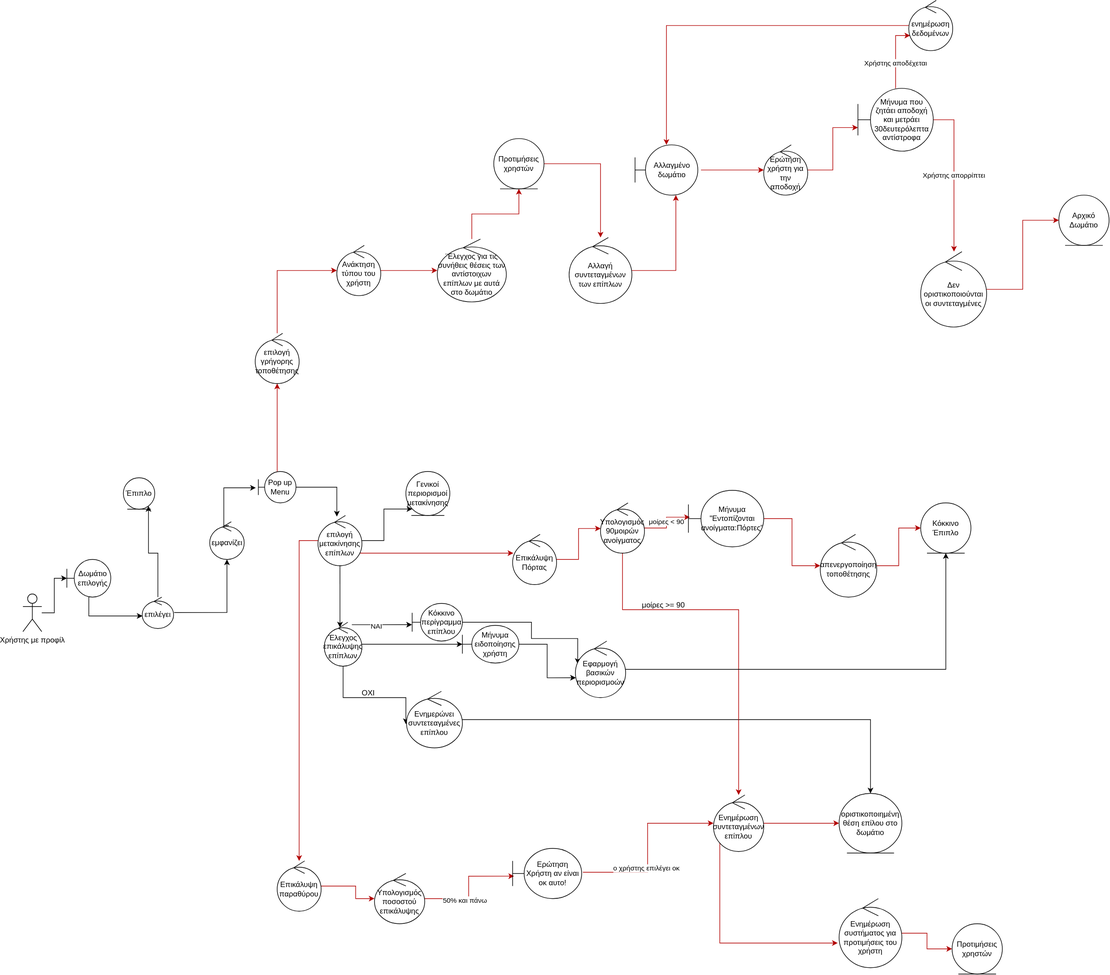
DimitraM/Room_Design keeps this draw.io diagram as Παραδοτέο 3/Robustness diagrams/PNG files/robustness-metakinhsh_epiplwn.drawio.svg. Above is the earlier version. Source tidied: cells renumbered, new cells last; positions are measured from the earlier drawing's top-left corner, leaving out a move shared by most shapes.
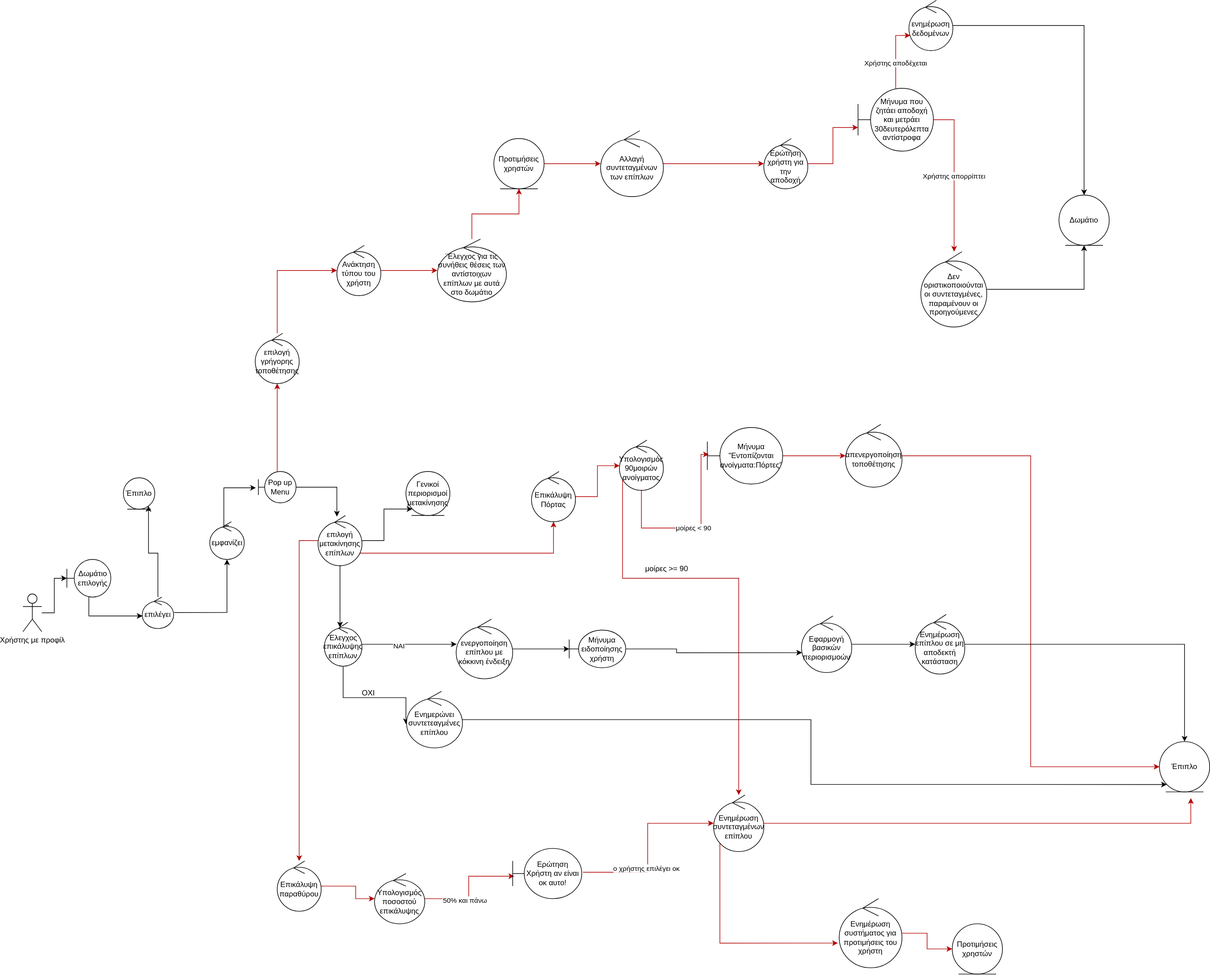
After the change.

Commit message:
final robustness me teleytaies allages

The edit, as a diff of the source:
```diff
@@ -83,11 +83,11 @@
     <mxCell id="20" value="Γενικοί περιορισμοί μετακίνησης" style="ellipse;shape=umlEntity;whiteSpace=wrap;html=1;" parent="1" vertex="1">
       <mxGeometry x="610" y="750" width="70" height="70" as="geometry" />
     </mxCell>
-    <mxCell id="21" style="edgeStyle=orthogonalEdgeStyle;rounded=0;jettySize=auto;html=1;entryX=-0.004;entryY=0.566;entryDx=0;entryDy=0;entryPerimeter=0;" parent="1" edge="1" source="25" target="27">
+    <mxCell id="21" style="edgeStyle=orthogonalEdgeStyle;rounded=0;jettySize=auto;html=1;" parent="1" edge="1" source="25" target="87">
       <mxGeometry relative="1" as="geometry">
         <Array as="points">
-          <mxPoint x="550" y="994" />
-          <mxPoint x="550" y="994" />
+          <mxPoint x="710" y="1020" />
+          <mxPoint x="710" y="1020" />
         </Array>
       </mxGeometry>
     </mxCell>
@@ -96,15 +96,6 @@
         <mxPoint y="1" as="offset" />
       </mxGeometry>
     </mxCell>
-    <mxCell id="23" style="edgeStyle=orthogonalEdgeStyle;rounded=0;jettySize=auto;html=1;" parent="1" edge="1" source="25">
-      <mxGeometry relative="1" as="geometry">
-        <mxPoint x="700" y="1025" as="targetPoint" />
-        <Array as="points">
-          <mxPoint x="540" y="1025" />
-          <mxPoint x="540" y="1025" />
-        </Array>
-      </mxGeometry>
-    </mxCell>
     <mxCell id="24" style="edgeStyle=orthogonalEdgeStyle;rounded=0;jettySize=auto;html=1;entryX=-0.022;entryY=0.581;entryDx=0;entryDy=0;entryPerimeter=0;" parent="1" edge="1" source="25" target="31">
       <mxGeometry relative="1" as="geometry">
         <Array as="points">
@@ -116,27 +107,19 @@
     <mxCell id="25" value="Έλεγχος επικάλυψης επίπλων" style="ellipse;shape=umlControl;whiteSpace=wrap;html=1;" parent="1" vertex="1">
       <mxGeometry x="480" y="990" width="60" height="70" as="geometry" />
     </mxCell>
-    <mxCell id="26" style="edgeStyle=orthogonalEdgeStyle;rounded=0;jettySize=auto;html=1;entryX=0.046;entryY=0.404;entryDx=0;entryDy=0;entryPerimeter=0;" parent="1" edge="1" source="27" target="44">
-      <mxGeometry relative="1" as="geometry">
-        <Array as="points">
-          <mxPoint x="810" y="990" />
-          <mxPoint x="810" y="1016" />
-          <mxPoint x="884" y="1016" />
-        </Array>
-      </mxGeometry>
-    </mxCell>
-    <mxCell id="27" value="&lt;div&gt;Κόκκινο περίγραμμα&lt;/div&gt;&lt;div&gt;επίπλου&lt;br&gt;&lt;/div&gt;" style="shape=umlBoundary;whiteSpace=wrap;html=1;" parent="1" vertex="1">
-      <mxGeometry x="620" y="960" width="80" height="60" as="geometry" />
-    </mxCell>
     <mxCell id="28" style="edgeStyle=orthogonalEdgeStyle;rounded=0;jettySize=auto;html=1;entryX=0.009;entryY=0.649;entryDx=0;entryDy=0;entryPerimeter=0;" parent="1" edge="1" source="29" target="44">
-      <mxGeometry relative="1" as="geometry" />
+      <mxGeometry relative="1" as="geometry">
+        <Array as="points">
+          <mxPoint x="1041" y="1033" />
+        </Array>
+      </mxGeometry>
     </mxCell>
     <mxCell id="29" value="Μήνυμα ειδοποίησης χρήστη" style="shape=umlBoundary;whiteSpace=wrap;html=1;" parent="1" vertex="1">
-      <mxGeometry x="700" y="995" width="90" height="60" as="geometry" />
+      <mxGeometry x="870" y="1002.5" width="90" height="60" as="geometry" />
     </mxCell>
-    <mxCell id="30" style="edgeStyle=orthogonalEdgeStyle;rounded=0;jettySize=auto;html=1;" parent="1" edge="1" source="31" target="56">
-      <mxGeometry relative="1" as="geometry" />
-    </mxCell>
+    <mxCell id="83" style="edgeStyle=orthogonalEdgeStyle;rounded=0;jettySize=auto;html=1;entryX=0;entryY=1;entryDx=0;entryDy=0;" parent="1" edge="1" source="31" target="42">
+      <mxGeometry relative="1" as="geometry" />
+    </mxCell>
     <mxCell id="31" value="&lt;div&gt;Ενημερώνει συντετεαγμένες επίπλου&lt;/div&gt;" style="ellipse;shape=umlControl;whiteSpace=wrap;html=1;" parent="1" vertex="1">
       <mxGeometry x="611" y="1100" width="89" height="90" as="geometry" />
     </mxCell>
@@ -147,47 +130,48 @@
       <mxGeometry relative="1" as="geometry" />
     </mxCell>
     <mxCell id="34" value="Επικάλυψη Πόρτας" style="ellipse;shape=umlControl;whiteSpace=wrap;html=1;" parent="1" vertex="1">
-      <mxGeometry x="780" y="850" width="70" height="80" as="geometry" />
+      <mxGeometry x="810" y="750" width="70" height="80" as="geometry" />
     </mxCell>
     <mxCell id="35" value="μοίρες &amp;lt; 90" style="edgeStyle=orthogonalEdgeStyle;rounded=0;jettySize=auto;html=1;entryX=0.02;entryY=0.475;entryDx=0;entryDy=0;entryPerimeter=0;fillColor=#e51400;strokeColor=#B20000;" parent="1" edge="1" source="37" target="39">
       <mxGeometry relative="1" as="geometry">
         <Array as="points">
-          <mxPoint x="1025" y="840" />
-          <mxPoint x="1025" y="823" />
+          <mxPoint x="985" y="840" />
+          <mxPoint x="1080" y="840" />
+          <mxPoint x="1080" y="723" />
         </Array>
       </mxGeometry>
     </mxCell>
     <mxCell id="36" style="edgeStyle=orthogonalEdgeStyle;rounded=0;jettySize=auto;html=1;fillColor=#e51400;strokeColor=#B20000;" parent="1" edge="1" source="37" target="55">
       <mxGeometry relative="1" as="geometry">
         <Array as="points">
-          <mxPoint x="955" y="970" />
-          <mxPoint x="1140" y="970" />
+          <mxPoint x="955" y="920" />
+          <mxPoint x="1140" y="920" />
         </Array>
       </mxGeometry>
     </mxCell>
     <mxCell id="37" value="Υπολογισμός 90μοιρών ανοίγματος" style="ellipse;shape=umlControl;whiteSpace=wrap;html=1;" parent="1" vertex="1">
-      <mxGeometry x="920" y="800" width="70" height="80" as="geometry" />
+      <mxGeometry x="950" y="700" width="70" height="80" as="geometry" />
     </mxCell>
     <mxCell id="38" style="edgeStyle=orthogonalEdgeStyle;rounded=0;jettySize=auto;html=1;fillColor=#e51400;strokeColor=#B20000;" parent="1" edge="1" source="39" target="41">
       <mxGeometry relative="1" as="geometry" />
     </mxCell>
     <mxCell id="39" value="Μήνυμα &quot;Εντοπίζονται ανοίγματα:Πόρτες&quot;" style="shape=umlBoundary;whiteSpace=wrap;html=1;" parent="1" vertex="1">
-      <mxGeometry x="1060" y="780" width="120" height="90" as="geometry" />
+      <mxGeometry x="1090" y="680" width="120" height="90" as="geometry" />
     </mxCell>
     <mxCell id="40" style="edgeStyle=orthogonalEdgeStyle;rounded=0;jettySize=auto;html=1;entryX=0;entryY=0.5;entryDx=0;entryDy=0;fillColor=#e51400;strokeColor=#B20000;" parent="1" edge="1" source="41" target="42">
       <mxGeometry relative="1" as="geometry" />
     </mxCell>
     <mxCell id="41" value="&lt;div&gt;απενεργοποίηση&lt;/div&gt;&lt;div&gt;τοποθέτησης&lt;br&gt;&lt;/div&gt;" style="ellipse;shape=umlControl;whiteSpace=wrap;html=1;" parent="1" vertex="1">
-      <mxGeometry x="1270" y="850" width="90" height="100" as="geometry" />
+      <mxGeometry x="1310" y="675" width="90" height="100" as="geometry" />
     </mxCell>
-    <mxCell id="42" value="Κόκκινο Έπιπλο" style="ellipse;shape=umlEntity;whiteSpace=wrap;html=1;" parent="1" vertex="1">
-      <mxGeometry x="1430" y="800" width="80" height="80" as="geometry" />
+    <mxCell id="42" value="Έπιπλο" style="ellipse;shape=umlEntity;whiteSpace=wrap;html=1;" parent="1" vertex="1">
+      <mxGeometry x="1810" y="1180" width="80" height="80" as="geometry" />
     </mxCell>
-    <mxCell id="43" style="edgeStyle=orthogonalEdgeStyle;rounded=0;jettySize=auto;html=1;entryX=0.5;entryY=1;entryDx=0;entryDy=0;" parent="1" edge="1" source="44" target="42">
-      <mxGeometry relative="1" as="geometry" />
-    </mxCell>
+    <mxCell id="84" style="edgeStyle=orthogonalEdgeStyle;rounded=0;jettySize=auto;html=1;" parent="1" edge="1" source="44" target="89">
+      <mxGeometry relative="1" as="geometry" />
+    </mxCell>
     <mxCell id="44" value="Εφαρμογή βασικών περιορισμοών" style="ellipse;shape=umlControl;whiteSpace=wrap;html=1;" parent="1" vertex="1">
-      <mxGeometry x="880" y="1020" width="80" height="90" as="geometry" />
+      <mxGeometry x="1240" y="980" width="80" height="90" as="geometry" />
     </mxCell>
     <mxCell id="45" style="edgeStyle=orthogonalEdgeStyle;rounded=0;jettySize=auto;html=1;fillColor=#e51400;strokeColor=#B20000;" parent="1" edge="1" source="46" target="49">
       <mxGeometry relative="1" as="geometry">
@@ -218,7 +202,7 @@
     <mxCell id="52" value="ο χρήστης επιλέγει οκ" style="edgeLabel;html=1;align=center;verticalAlign=middle;" parent="51" vertex="1">
       <mxGeometry x="-0.23" y="3" relative="1" as="geometry" />
     </mxCell>
-    <mxCell id="53" style="edgeStyle=orthogonalEdgeStyle;rounded=0;jettySize=auto;html=1;entryX=0;entryY=0.5;entryDx=0;entryDy=0;fillColor=#e51400;strokeColor=#B20000;" parent="1" edge="1" source="55" target="56">
+    <mxCell id="53" style="edgeStyle=orthogonalEdgeStyle;rounded=0;jettySize=auto;html=1;entryX=0.625;entryY=1.125;entryDx=0;entryDy=0;fillColor=#e51400;strokeColor=#B20000;entryPerimeter=0;" parent="1" edge="1" source="55" target="42">
       <mxGeometry relative="1" as="geometry" />
     </mxCell>
     <mxCell id="54" style="edgeStyle=orthogonalEdgeStyle;rounded=0;jettySize=auto;html=1;entryX=-0.022;entryY=0.643;entryDx=0;entryDy=0;entryPerimeter=0;fillColor=#e51400;strokeColor=#B20000;" parent="1" edge="1" source="55" target="60">
@@ -231,9 +215,6 @@
     <mxCell id="55" value="&lt;div&gt;Ενημέρωση συντεταγμένων&lt;/div&gt;&lt;div&gt;επίπλου&lt;br&gt;&lt;/div&gt;" style="ellipse;shape=umlControl;whiteSpace=wrap;html=1;" parent="1" vertex="1">
       <mxGeometry x="1100" y="1265" width="80" height="90" as="geometry" />
     </mxCell>
-    <mxCell id="56" value="οριστικοποιημένη θέση επίλου στο δωμάτιο" style="ellipse;shape=umlEntity;whiteSpace=wrap;html=1;" parent="1" vertex="1">
-      <mxGeometry x="1300" y="1262.5" width="100" height="95" as="geometry" />
-    </mxCell>
     <mxCell id="57" style="edgeStyle=orthogonalEdgeStyle;rounded=0;jettySize=auto;html=1;fillColor=#e51400;strokeColor=#B20000;" parent="1" edge="1" source="58" target="63">
       <mxGeometry relative="1" as="geometry">
         <Array as="points">
@@ -265,13 +246,11 @@
     <mxCell id="65" value="¨Ελεγχος για τις συνήθεις θέσεις των αντίστοιχων επίπλων με αυτά στο δωμάτιο" style="ellipse;shape=umlControl;whiteSpace=wrap;html=1;" parent="1" vertex="1">
       <mxGeometry x="660" y="380" width="110" height="100" as="geometry" />
     </mxCell>
-    <mxCell id="66" style="edgeStyle=orthogonalEdgeStyle;rounded=0;jettySize=auto;html=1;entryX=0.5;entryY=1;entryDx=0;entryDy=0;fillColor=#e51400;strokeColor=#B20000;" parent="1" edge="1" source="67">
-      <mxGeometry relative="1" as="geometry">
-        <mxPoint x="1040" y="310" as="targetPoint" />
-      </mxGeometry>
+    <mxCell id="66" style="edgeStyle=orthogonalEdgeStyle;rounded=0;jettySize=auto;html=1;fillColor=#e51400;strokeColor=#B20000;" parent="1" edge="1" source="67" target="72">
+      <mxGeometry relative="1" as="geometry" />
     </mxCell>
     <mxCell id="67" value="Αλλαγή συντεταγμένων των επίπλων" style="ellipse;shape=umlControl;whiteSpace=wrap;html=1;" parent="1" vertex="1">
-      <mxGeometry x="870" y="377.5" width="100" height="105" as="geometry" />
+      <mxGeometry x="920" y="207.5" width="100" height="105" as="geometry" />
     </mxCell>
     <mxCell id="68" style="edgeStyle=orthogonalEdgeStyle;rounded=0;jettySize=auto;html=1;exitX=1;exitY=0.5;exitDx=0;exitDy=0;fillColor=#e51400;strokeColor=#B20000;" parent="1" edge="1" source="69" target="67">
       <mxGeometry relative="1" as="geometry" />
@@ -279,16 +258,11 @@
     <mxCell id="69" value="Προτιμήσεις χρηστών" style="ellipse;shape=umlEntity;whiteSpace=wrap;html=1;" parent="1" vertex="1">
       <mxGeometry x="750" y="220" width="80" height="80" as="geometry" />
     </mxCell>
-    <mxCell id="70" style="edgeStyle=orthogonalEdgeStyle;rounded=0;jettySize=auto;html=1;fillColor=#e51400;strokeColor=#B20000;" parent="1" edge="1" target="72">
-      <mxGeometry relative="1" as="geometry">
-        <mxPoint x="1080" y="270" as="sourcePoint" />
-      </mxGeometry>
-    </mxCell>
     <mxCell id="71" style="edgeStyle=orthogonalEdgeStyle;rounded=0;jettySize=auto;html=1;entryX=0;entryY=0.625;entryDx=0;entryDy=0;entryPerimeter=0;fillColor=#e51400;strokeColor=#B20000;" parent="1" edge="1" source="72" target="75">
       <mxGeometry relative="1" as="geometry" />
     </mxCell>
     <mxCell id="72" value="Ερώτηση χρήστη για την αποδοχή" style="ellipse;shape=umlControl;whiteSpace=wrap;html=1;" parent="1" vertex="1">
-      <mxGeometry x="1180" y="230" width="70" height="80" as="geometry" />
+      <mxGeometry x="1180" y="220" width="70" height="80" as="geometry" />
     </mxCell>
     <mxCell id="73" value="Χρήστης αποδέχεται" style="edgeStyle=orthogonalEdgeStyle;rounded=0;jettySize=auto;html=1;entryX=0.032;entryY=0.699;entryDx=0;entryDy=0;entryPerimeter=0;fillColor=#e51400;strokeColor=#B20000;" parent="1" edge="1" source="75" target="77">
       <mxGeometry x="-0.26" relative="1" as="geometry">
@@ -305,26 +279,40 @@
     <mxCell id="75" value="&lt;div&gt;Μήνυμα που ζητάει αποδοχή και μετράει 30δευτερόλεπτα&lt;/div&gt;&lt;div&gt;αντίστροφα&lt;br&gt;&lt;/div&gt;" style="shape=umlBoundary;whiteSpace=wrap;html=1;" parent="1" vertex="1">
       <mxGeometry x="1330" y="140" width="120" height="100" as="geometry" />
     </mxCell>
-    <mxCell id="76" style="edgeStyle=orthogonalEdgeStyle;rounded=0;jettySize=auto;html=1;fillColor=#e51400;strokeColor=#B20000;" parent="1" edge="1" source="77" target="81">
-      <mxGeometry relative="1" as="geometry" />
-    </mxCell>
+    <mxCell id="85" style="edgeStyle=orthogonalEdgeStyle;rounded=0;jettySize=auto;html=1;entryX=0.5;entryY=0;entryDx=0;entryDy=0;" parent="1" edge="1" source="77" target="82">
+      <mxGeometry relative="1" as="geometry" />
+    </mxCell>
     <mxCell id="77" value="&lt;div&gt;ενημέρωση δεδομένων&lt;/div&gt;" style="ellipse;shape=umlControl;whiteSpace=wrap;html=1;" parent="1" vertex="1">
       <mxGeometry x="1411" width="70" height="80" as="geometry" />
     </mxCell>
-    <mxCell id="78" style="edgeStyle=orthogonalEdgeStyle;rounded=0;jettySize=auto;html=1;entryX=0;entryY=0.5;entryDx=0;entryDy=0;fillColor=#e51400;strokeColor=#B20000;" parent="1" edge="1" source="79" target="82">
+    <mxCell id="78" style="edgeStyle=orthogonalEdgeStyle;rounded=0;jettySize=auto;html=1;" parent="1" edge="1" source="79" target="82">
       <mxGeometry relative="1" as="geometry" />
     </mxCell>
-    <mxCell id="79" value="Δεν οριστικοποιούνται οι συντεταγμένες" style="ellipse;shape=umlControl;whiteSpace=wrap;html=1;" parent="1" vertex="1">
+    <mxCell id="79" value="Δεν οριστικοποιούνται οι συντεταγμένες, παραμένουν οι προηγούμενες" style="ellipse;shape=umlControl;whiteSpace=wrap;html=1;" parent="1" vertex="1">
       <mxGeometry x="1430" y="400" width="105" height="120" as="geometry" />
     </mxCell>
     <mxCell id="80" value="μοίρες &amp;gt;= 90" style="text;html=1;align=center;verticalAlign=middle;strokeColor=none;fillColor=none;" parent="1" vertex="1">
-      <mxGeometry x="975" y="948" width="90" height="30" as="geometry" />
+      <mxGeometry x="980" y="890" width="90" height="30" as="geometry" />
     </mxCell>
-    <mxCell id="81" value="Αλλαγμένο δωμάτιο" style="shape=umlBoundary;whiteSpace=wrap;html=1;" parent="1" vertex="1">
-      <mxGeometry x="975" y="230" width="100" height="80" as="geometry" />
-    </mxCell>
-    <mxCell id="82" value="Αρχικό Δωμάτιο" style="ellipse;shape=umlEntity;whiteSpace=wrap;html=1;" parent="1" vertex="1">
+    <mxCell id="82" value="Δωμάτιο" style="ellipse;shape=umlEntity;whiteSpace=wrap;html=1;" parent="1" vertex="1">
       <mxGeometry x="1650" y="310" width="80" height="80" as="geometry" />
     </mxCell>
+    <mxCell id="86" style="edgeStyle=orthogonalEdgeStyle;rounded=0;jettySize=auto;html=1;" parent="1" edge="1" source="87" target="29">
+      <mxGeometry relative="1" as="geometry" />
+    </mxCell>
+    <mxCell id="87" value="ενεργοποίηση επίπλου με κόκκινη ένδειξη" style="ellipse;shape=umlControl;whiteSpace=wrap;html=1;" parent="1" vertex="1">
+      <mxGeometry x="690" y="985" width="90" height="95" as="geometry" />
+    </mxCell>
+    <mxCell id="88" style="edgeStyle=orthogonalEdgeStyle;rounded=0;jettySize=auto;html=1;" parent="1" edge="1" source="89">
+      <mxGeometry relative="1" as="geometry">
+        <mxPoint x="1850" y="1180" as="targetPoint" />
+        <Array as="points">
+          <mxPoint x="1850" y="1025" />
+        </Array>
+      </mxGeometry>
+    </mxCell>
+    <mxCell id="89" value="Ενημέρωση επίπλου σε μη αποδεκτή κατάσταση" style="ellipse;shape=umlControl;whiteSpace=wrap;html=1;" parent="1" vertex="1">
+      <mxGeometry x="1421" y="977.5" width="79" height="95" as="geometry" />
+    </mxCell>
   </root>
 </mxGraphModel>
```
